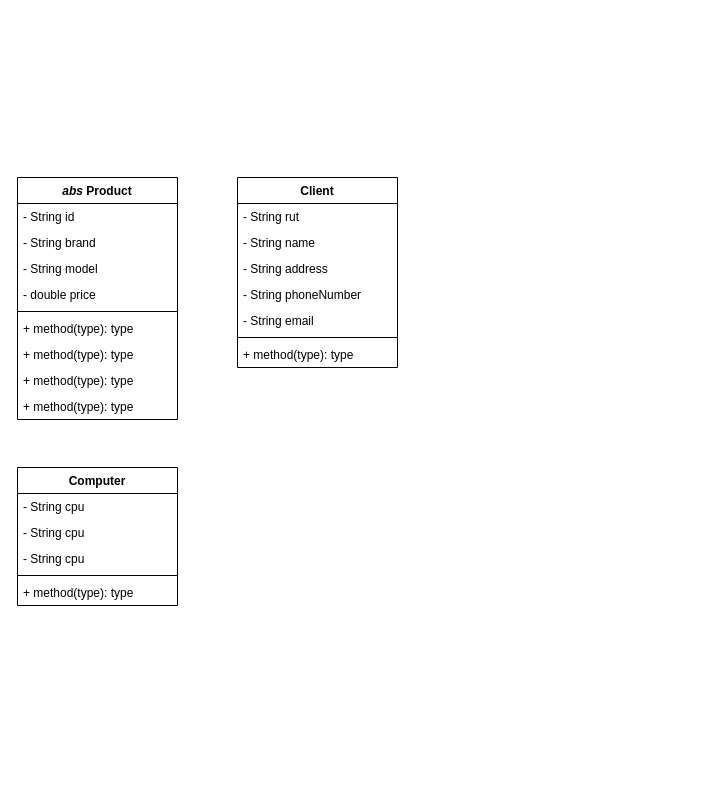
Above: modelDiagram.drawio in Makox1/UCNFactory (draw.io), before the change. Source tidied: cells renumbered, new cells numbered last; positions are measured from the earlier drawing's top-left corner, leaving out a move shared by most shapes. Both pictures are drawn from the tidied source at 100%, with x=0, y=0 at pixel (17, 177).
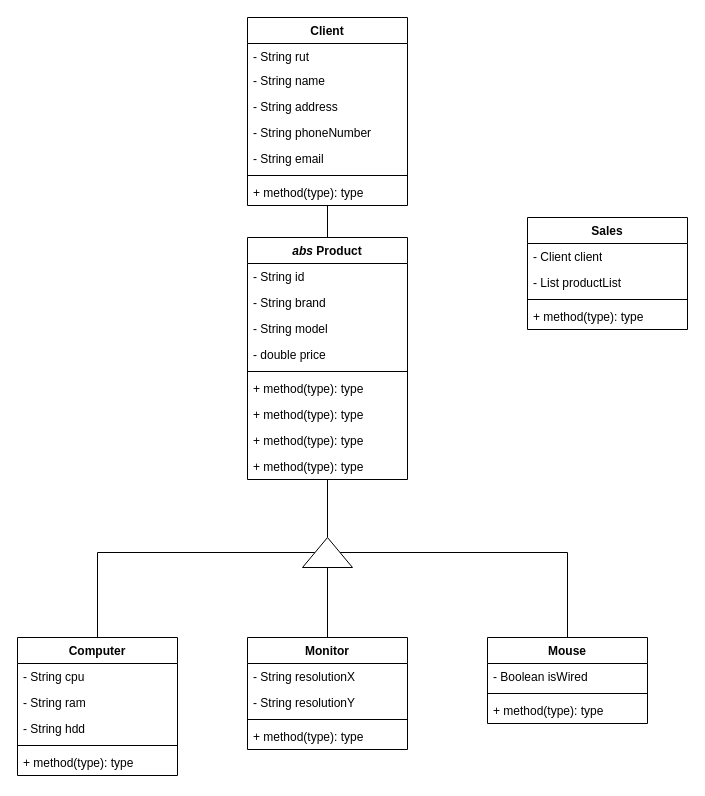
The same page after the edit.

The change refers to these unchanged cells:
```xml
<mxCell id="19" value="+ method(type): type" style="text;strokeColor=none;fillColor=none;align=left;verticalAlign=top;spacingLeft=4;spacingRight=4;overflow=hidden;points=[[0,0.5],[1,0.5]];portConstraint=eastwest;whiteSpace=wrap;html=1;" parent="10" vertex="1">
  <mxGeometry y="216" width="160" height="26" as="geometry" />
</mxCell>
```

The edit, as a diff of the source:
```diff
@@
+    <mxCell id="26" style="edgeStyle=orthogonalEdgeStyle;rounded=0;jettySize=auto;html=1;entryX=0.5;entryY=0;entryDx=0;entryDy=0;endArrow=none;endFill=0;" parent="1" edge="1" source="2" target="10">
+      <mxGeometry relative="1" as="geometry" />
+    </mxCell>
     <mxCell id="2" value="Client" style="swimlane;fontStyle=1;align=center;verticalAlign=top;horizontal=1;startSize=26;whiteSpace=wrap;html=1;" parent="1" vertex="1">
-      <mxGeometry x="220" width="160" height="190" as="geometry" />
+      <mxGeometry x="230" y="-160" width="160" height="188" as="geometry" />
     </mxCell>
     <mxCell id="3" value="&lt;div&gt;- String rut&lt;/div&gt;" style="text;strokeColor=none;fillColor=none;align=left;verticalAlign=top;spacingLeft=4;spacingRight=4;overflow=hidden;whiteSpace=wrap;html=1;" parent="2" vertex="1">
-      <mxGeometry y="26" width="160" height="26" as="geometry" />
+      <mxGeometry y="26" width="160" height="24" as="geometry" />
     </mxCell>
     <mxCell id="4" value="&lt;div&gt;- String name&lt;br&gt;&lt;/div&gt;" style="text;strokeColor=none;fillColor=none;align=left;verticalAlign=top;spacingLeft=4;spacingRight=4;overflow=hidden;whiteSpace=wrap;html=1;" parent="2" vertex="1">
-      <mxGeometry y="52" width="160" height="26" as="geometry" />
+      <mxGeometry y="50" width="160" height="26" as="geometry" />
     </mxCell>
     <mxCell id="5" value="&lt;div&gt;- String address&lt;br&gt;&lt;/div&gt;" style="text;strokeColor=none;fillColor=none;align=left;verticalAlign=top;spacingLeft=4;spacingRight=4;overflow=hidden;whiteSpace=wrap;html=1;" parent="2" vertex="1">
-      <mxGeometry y="78" width="160" height="26" as="geometry" />
+      <mxGeometry y="76" width="160" height="26" as="geometry" />
     </mxCell>
     <mxCell id="6" value="&lt;div&gt;- String phoneNumber&lt;br&gt;&lt;/div&gt;" style="text;strokeColor=none;fillColor=none;align=left;verticalAlign=top;spacingLeft=4;spacingRight=4;overflow=hidden;whiteSpace=wrap;html=1;" parent="2" vertex="1">
-      <mxGeometry y="104" width="160" height="26" as="geometry" />
+      <mxGeometry y="102" width="160" height="26" as="geometry" />
     </mxCell>
     <mxCell id="7" value="&lt;div&gt;- String email&lt;br&gt;&lt;/div&gt;" style="text;strokeColor=none;fillColor=none;align=left;verticalAlign=top;spacingLeft=4;spacingRight=4;overflow=hidden;whiteSpace=wrap;html=1;" parent="2" vertex="1">
-      <mxGeometry y="130" width="160" height="26" as="geometry" />
+      <mxGeometry y="128" width="160" height="26" as="geometry" />
     </mxCell>
     <mxCell id="8" style="line;strokeWidth=1;fillColor=none;align=left;verticalAlign=middle;spacingTop=-1;spacingLeft=3;spacingRight=3;labelPosition=right;strokeColor=inherit;" parent="2" vertex="1">
-      <mxGeometry y="156" width="160" height="8" as="geometry" />
+      <mxGeometry y="154" width="160" height="8" as="geometry" />
     </mxCell>
     <mxCell id="9" value="+ method(type): type" style="text;strokeColor=none;fillColor=none;align=left;verticalAlign=top;spacingLeft=4;spacingRight=4;overflow=hidden;whiteSpace=wrap;html=1;" parent="2" vertex="1">
-      <mxGeometry y="164" width="160" height="26" as="geometry" />
+      <mxGeometry y="162" width="160" height="26" as="geometry" />
     </mxCell>
     <mxCell id="10" value="&lt;i&gt;abs&lt;/i&gt; Product" style="swimlane;fontStyle=1;align=center;verticalAlign=top;horizontal=1;startSize=26;whiteSpace=wrap;html=1;" parent="1" vertex="1">
-      <mxGeometry width="160" height="242" as="geometry" />
+      <mxGeometry x="230" y="60" width="160" height="242" as="geometry" />
     </mxCell>
@@
+    <mxCell id="27" style="edgeStyle=orthogonalEdgeStyle;rounded=0;jettySize=auto;html=1;entryX=0.5;entryY=1.038;entryDx=0;entryDy=0;entryPerimeter=0;" parent="10" edge="1" source="10" target="19">
+      <mxGeometry relative="1" as="geometry" />
+    </mxCell>
+    <mxCell id="28" style="edgeStyle=orthogonalEdgeStyle;rounded=0;jettySize=auto;html=1;entryX=0.5;entryY=0;entryDx=0;entryDy=0;exitX=0.5;exitY=0;exitDx=0;exitDy=0;endArrow=none;endFill=0;" parent="1" edge="1" source="20" target="41">
+      <mxGeometry relative="1" as="geometry">
+        <Array as="points">
+          <mxPoint x="80" y="375" />
+        </Array>
+      </mxGeometry>
+    </mxCell>
     <mxCell id="20" value="Computer" style="swimlane;fontStyle=1;align=center;verticalAlign=top;horizontal=1;startSize=26;whiteSpace=wrap;html=1;" parent="1" vertex="1">
-      <mxGeometry y="290" width="160" height="138" as="geometry" />
+      <mxGeometry y="460" width="160" height="138" as="geometry" />
     </mxCell>
@@
-    <mxCell id="22" value="&lt;div&gt;- String cpu&lt;/div&gt;&lt;div&gt;&lt;br&gt;&lt;/div&gt;" style="text;strokeColor=none;fillColor=none;align=left;verticalAlign=top;spacingLeft=4;spacingRight=4;overflow=hidden;whiteSpace=wrap;html=1;" parent="20" vertex="1">
+    <mxCell id="22" value="&lt;div&gt;- String ram&lt;/div&gt;&lt;div&gt;&lt;br&gt;&lt;/div&gt;" style="text;strokeColor=none;fillColor=none;align=left;verticalAlign=top;spacingLeft=4;spacingRight=4;overflow=hidden;whiteSpace=wrap;html=1;" parent="20" vertex="1">
       <mxGeometry y="52" width="160" height="26" as="geometry" />
     </mxCell>
-    <mxCell id="23" value="&lt;div&gt;- String cpu&lt;/div&gt;&lt;div&gt;&lt;br&gt;&lt;/div&gt;" style="text;strokeColor=none;fillColor=none;align=left;verticalAlign=top;spacingLeft=4;spacingRight=4;overflow=hidden;whiteSpace=wrap;html=1;" parent="20" vertex="1">
+    <mxCell id="23" value="&lt;div&gt;- String hdd&lt;/div&gt;" style="text;strokeColor=none;fillColor=none;align=left;verticalAlign=top;spacingLeft=4;spacingRight=4;overflow=hidden;whiteSpace=wrap;html=1;" parent="20" vertex="1">
       <mxGeometry y="78" width="160" height="26" as="geometry" />
     </mxCell>
@@
+    <mxCell id="29" style="edgeStyle=orthogonalEdgeStyle;rounded=0;jettySize=auto;html=1;endArrow=none;endFill=0;" parent="1" edge="1" source="30" target="41">
+      <mxGeometry relative="1" as="geometry" />
+    </mxCell>
+    <mxCell id="30" value="Monitor" style="swimlane;fontStyle=1;align=center;verticalAlign=top;horizontal=1;startSize=26;whiteSpace=wrap;html=1;" parent="1" vertex="1">
+      <mxGeometry x="230" y="460" width="160" height="112" as="geometry" />
+    </mxCell>
+    <mxCell id="31" value="&lt;div&gt;- String resolutionX&lt;/div&gt;&lt;div&gt;&lt;br&gt;&lt;/div&gt;" style="text;strokeColor=none;fillColor=none;align=left;verticalAlign=top;spacingLeft=4;spacingRight=4;overflow=hidden;whiteSpace=wrap;html=1;" parent="30" vertex="1">
+      <mxGeometry y="26" width="160" height="26" as="geometry" />
+    </mxCell>
+    <mxCell id="32" value="&lt;div&gt;- String resolutionY&lt;/div&gt;&lt;div&gt;&lt;br&gt;&lt;/div&gt;" style="text;strokeColor=none;fillColor=none;align=left;verticalAlign=top;spacingLeft=4;spacingRight=4;overflow=hidden;whiteSpace=wrap;html=1;" parent="30" vertex="1">
+      <mxGeometry y="52" width="160" height="26" as="geometry" />
+    </mxCell>
+    <mxCell id="33" style="line;strokeWidth=1;fillColor=none;align=left;verticalAlign=middle;spacingTop=-1;spacingLeft=3;spacingRight=3;labelPosition=right;strokeColor=inherit;" parent="30" vertex="1">
+      <mxGeometry y="78" width="160" height="8" as="geometry" />
+    </mxCell>
+    <mxCell id="34" value="+ method(type): type" style="text;strokeColor=none;fillColor=none;align=left;verticalAlign=top;spacingLeft=4;spacingRight=4;overflow=hidden;whiteSpace=wrap;html=1;" parent="30" vertex="1">
+      <mxGeometry y="86" width="160" height="26" as="geometry" />
+    </mxCell>
+    <mxCell id="35" style="edgeStyle=orthogonalEdgeStyle;rounded=0;jettySize=auto;html=1;entryX=0.5;entryY=1;entryDx=0;entryDy=0;endArrow=none;endFill=0;" parent="1" edge="1" source="36" target="41">
+      <mxGeometry relative="1" as="geometry">
+        <Array as="points">
+          <mxPoint x="550" y="375" />
+        </Array>
+      </mxGeometry>
+    </mxCell>
+    <mxCell id="36" value="Mouse" style="swimlane;fontStyle=1;align=center;verticalAlign=top;horizontal=1;startSize=26;whiteSpace=wrap;html=1;" parent="1" vertex="1">
+      <mxGeometry x="470" y="460" width="160" height="86" as="geometry" />
+    </mxCell>
+    <mxCell id="37" value="&lt;div&gt;- Boolean isWired&lt;/div&gt;&lt;div&gt;&lt;br&gt;&lt;/div&gt;" style="text;strokeColor=none;fillColor=none;align=left;verticalAlign=top;spacingLeft=4;spacingRight=4;overflow=hidden;whiteSpace=wrap;html=1;" parent="36" vertex="1">
+      <mxGeometry y="26" width="160" height="26" as="geometry" />
+    </mxCell>
+    <mxCell id="38" style="line;strokeWidth=1;fillColor=none;align=left;verticalAlign=middle;spacingTop=-1;spacingLeft=3;spacingRight=3;labelPosition=right;strokeColor=inherit;" parent="36" vertex="1">
+      <mxGeometry y="52" width="160" height="8" as="geometry" />
+    </mxCell>
+    <mxCell id="39" value="+ method(type): type" style="text;strokeColor=none;fillColor=none;align=left;verticalAlign=top;spacingLeft=4;spacingRight=4;overflow=hidden;whiteSpace=wrap;html=1;" parent="36" vertex="1">
+      <mxGeometry y="60" width="160" height="26" as="geometry" />
+    </mxCell>
+    <mxCell id="40" style="edgeStyle=orthogonalEdgeStyle;rounded=0;jettySize=auto;html=1;endArrow=none;endFill=0;" parent="1" edge="1" source="41" target="10">
+      <mxGeometry relative="1" as="geometry" />
+    </mxCell>
+    <mxCell id="41" style="triangle;whiteSpace=wrap;html=1;rotation=-90;" parent="1" vertex="1">
+      <mxGeometry x="295" y="350" width="30" height="50" as="geometry" />
+    </mxCell>
+    <mxCell id="42" value="Sales" style="swimlane;fontStyle=1;align=center;verticalAlign=top;horizontal=1;startSize=26;whiteSpace=wrap;html=1;" parent="1" vertex="1">
+      <mxGeometry x="510" y="40" width="160" height="112" as="geometry" />
+    </mxCell>
+    <mxCell id="43" value="&lt;div&gt;- Client client&lt;/div&gt;" style="text;strokeColor=none;fillColor=none;align=left;verticalAlign=top;spacingLeft=4;spacingRight=4;overflow=hidden;whiteSpace=wrap;html=1;" parent="42" vertex="1">
+      <mxGeometry y="26" width="160" height="26" as="geometry" />
+    </mxCell>
+    <mxCell id="44" value="- List productList" style="text;strokeColor=none;fillColor=none;align=left;verticalAlign=top;spacingLeft=4;spacingRight=4;overflow=hidden;whiteSpace=wrap;html=1;" parent="42" vertex="1">
+      <mxGeometry y="52" width="160" height="26" as="geometry" />
+    </mxCell>
+    <mxCell id="45" style="line;strokeWidth=1;fillColor=none;align=left;verticalAlign=middle;spacingTop=-1;spacingLeft=3;spacingRight=3;labelPosition=right;strokeColor=inherit;" parent="42" vertex="1">
+      <mxGeometry y="78" width="160" height="8" as="geometry" />
+    </mxCell>
+    <mxCell id="46" value="+ method(type): type" style="text;strokeColor=none;fillColor=none;align=left;verticalAlign=top;spacingLeft=4;spacingRight=4;overflow=hidden;whiteSpace=wrap;html=1;" parent="42" vertex="1">
+      <mxGeometry y="86" width="160" height="26" as="geometry" />
+    </mxCell>
```
